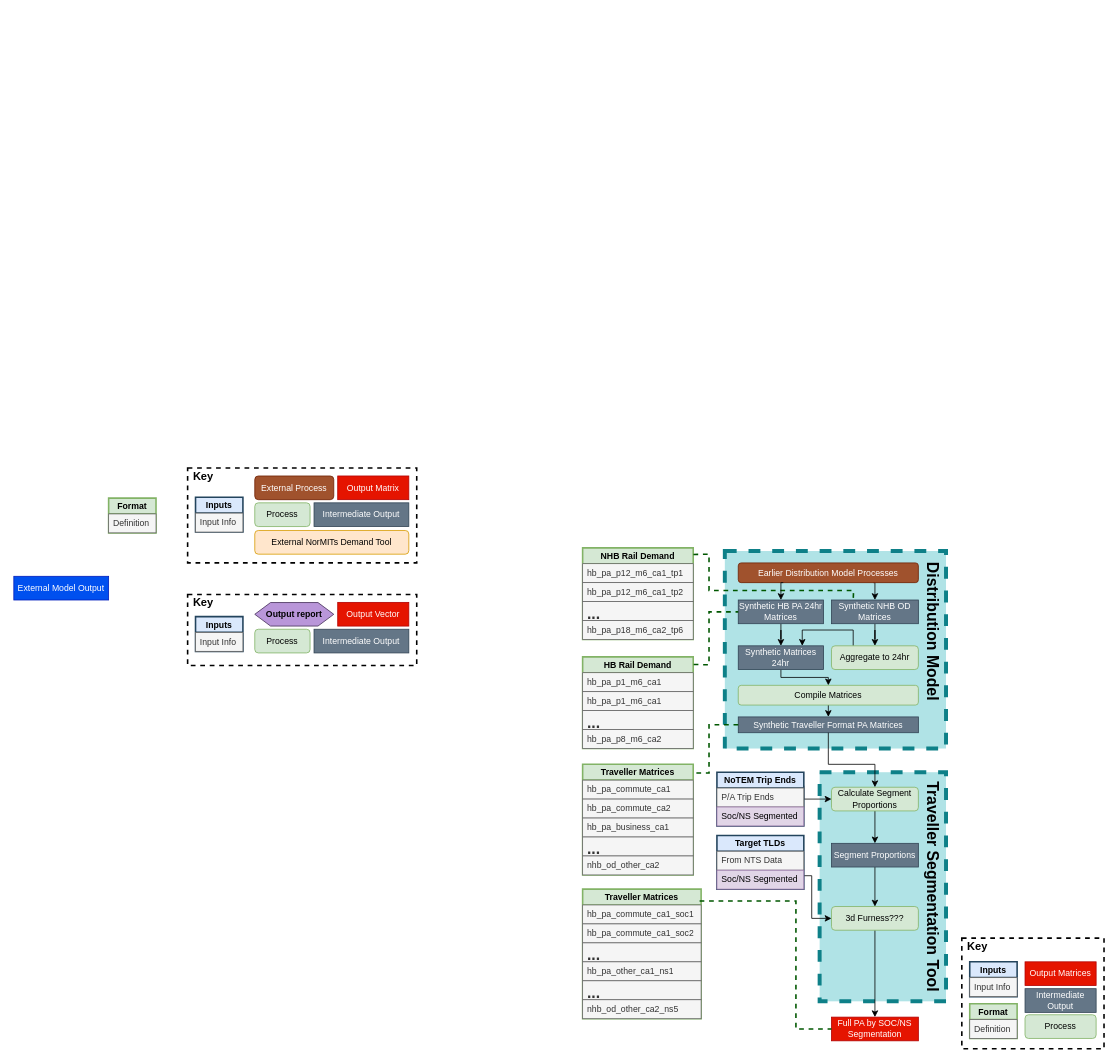
Before: page "Overview" (2 of 5) of docs/op_models/Traveller Segment Tool/Overview.drawio in Transport-for-the-North/NorMITs-Demand, a draw.io diagram. Source tidied: cells renumbered, new cells numbered last; positions are measured from the earlier drawing's top-left corner, leaving out a move shared by most shapes. Both pictures are drawn from the tidied source at 79%, with x=0, y=0 at pixel (13, 21).
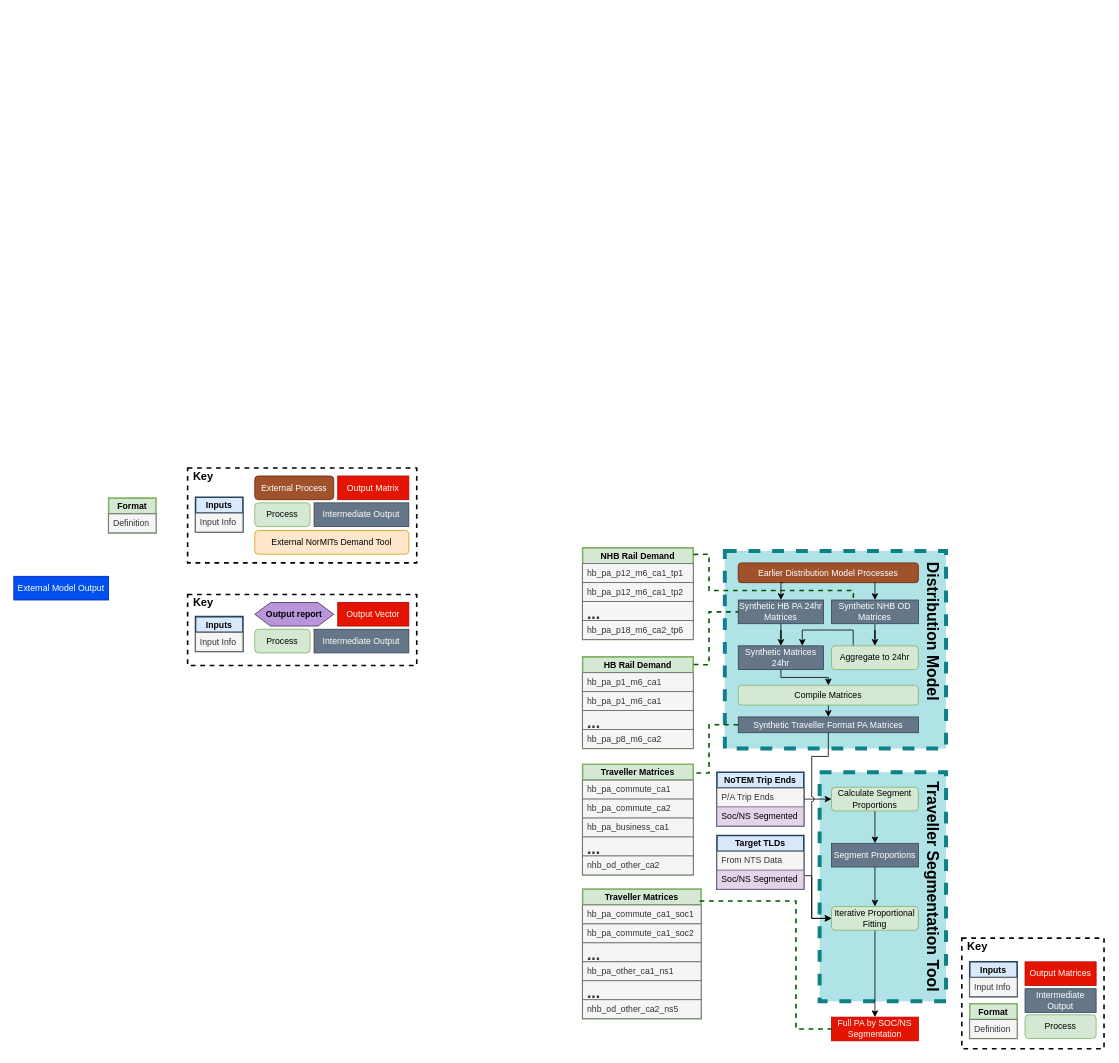
After the change.

The change refers to these unchanged cells:
```xml
<mxCell id="46" value="Synthetic Traveller Format PA Matrices" style="rounded=0;whiteSpace=wrap;html=1;strokeWidth=1;fillColor=#647687;strokeColor=#314354;fontSize=11;fontColor=#ffffff;" parent="1" vertex="1">
  <mxGeometry x="917" y="880" width="228" height="20" as="geometry" />
</mxCell>
<mxCell id="78" value="&lt;font style=&quot;font-size: 11px&quot;&gt;Calculate Segment Proportions&lt;/font&gt;" style="rounded=1;whiteSpace=wrap;html=1;fillColor=#d5e8d4;strokeColor=#82b366;" parent="1" vertex="1">
  <mxGeometry x="1035" y="969" width="110" height="30" as="geometry" />
</mxCell>
```

Change to the diagram source:
```diff
@@
-    <mxCell id="82" value="&lt;font style=&quot;font-size: 11px&quot;&gt;3d Furness???&lt;/font&gt;" style="rounded=1;whiteSpace=wrap;html=1;fillColor=#d5e8d4;strokeColor=#82b366;" parent="1" vertex="1">
+    <mxCell id="82" value="&lt;font style=&quot;font-size: 11px&quot;&gt;Iterative Proportional Fitting&lt;/font&gt;" style="rounded=1;whiteSpace=wrap;html=1;fillColor=#d5e8d4;strokeColor=#82b366;" parent="1" vertex="1">
       <mxGeometry x="1035" y="1120" width="110" height="30" as="geometry" />
     </mxCell>
@@
-    <mxCell id="84" style="edgeStyle=orthogonalEdgeStyle;rounded=0;jettySize=auto;html=1;exitX=0.5;exitY=1;exitDx=0;exitDy=0;entryX=0.5;entryY=0;entryDx=0;entryDy=0;jumpStyle=arc;" parent="1" edge="1" source="46" target="78">
+    <mxCell id="84" style="edgeStyle=orthogonalEdgeStyle;rounded=0;jettySize=auto;html=1;exitX=0.5;exitY=1;exitDx=0;exitDy=0;entryX=0;entryY=0.5;entryDx=0;entryDy=0;jumpStyle=arc;" parent="1" edge="1" source="46" target="82">
       <mxGeometry relative="1" as="geometry">
         <Array as="points">
-          <mxPoint x="1031" y="940" />
-          <mxPoint x="1090" y="940" />
+          <mxPoint x="1031" y="930" />
+          <mxPoint x="1010" y="930" />
+          <mxPoint x="1010" y="1135" />
         </Array>
       </mxGeometry>
     </mxCell>
```
